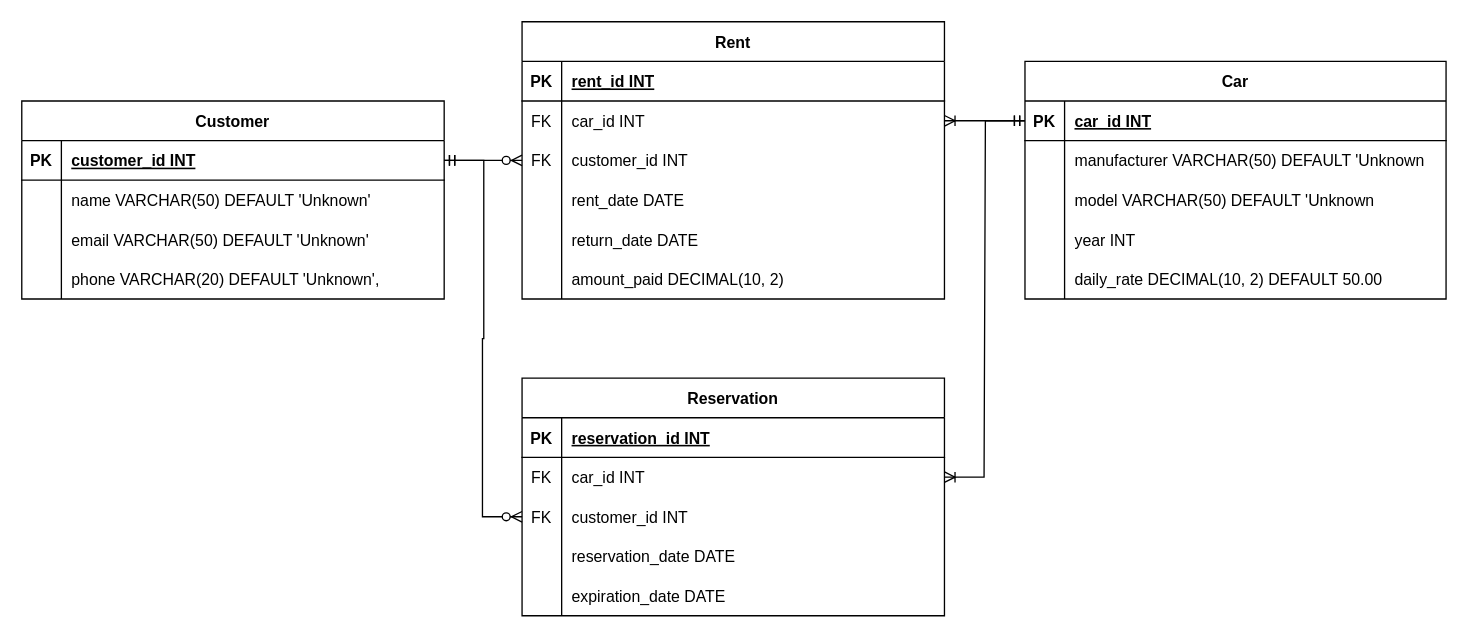
Before: 2 lab/ER diagrama.drawio in tomas6446/dbvs, a draw.io diagram. Source tidied: cells renumbered, new cells numbered last; positions are measured from the earlier drawing's top-left corner, leaving out a move shared by most shapes. Both pictures are drawn from the tidied source at 132%, with x=0, y=0 at pixel (21, 21).
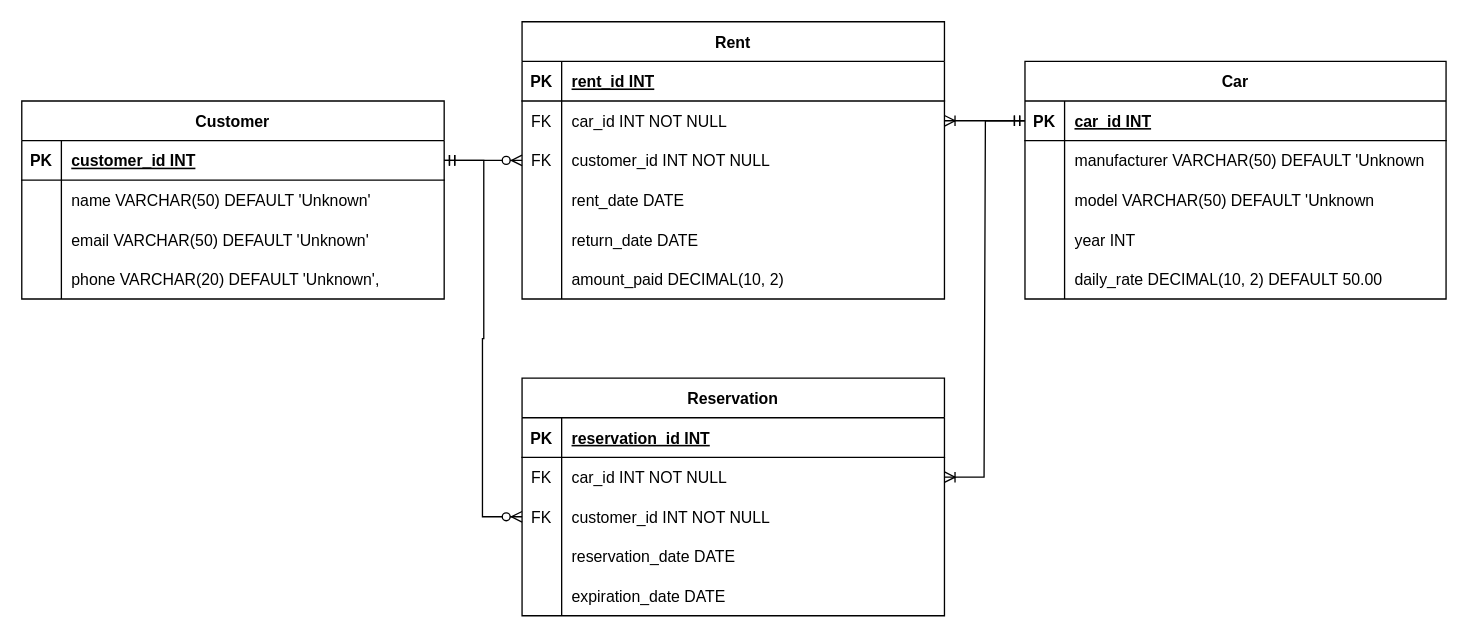
After the change.

The change refers to these unchanged cells:
```xml
<mxCell id="36" style="shape=tableRow;horizontal=0;startSize=0;swimlaneHead=0;swimlaneBody=0;fillColor=none;points=[[0,0.5],[1,0.5]];portConstraint=eastwest;strokeColor=inherit;top=0;left=0;right=0;bottom=0;" parent="32" vertex="1">
  <mxGeometry y="60" width="320" height="30" as="geometry" />
</mxCell>
<mxCell id="39" style="shape=tableRow;horizontal=0;startSize=0;swimlaneHead=0;swimlaneBody=0;fillColor=none;points=[[0,0.5],[1,0.5]];portConstraint=eastwest;strokeColor=inherit;top=0;left=0;right=0;bottom=0;" parent="32" vertex="1">
  <mxGeometry y="90" width="320" height="30" as="geometry" />
</mxCell>
<mxCell id="56" style="shape=tableRow;horizontal=0;startSize=0;swimlaneHead=0;swimlaneBody=0;fillColor=none;points=[[0,0.5],[1,0.5]];portConstraint=eastwest;strokeColor=inherit;top=0;left=0;right=0;bottom=0;" parent="52" vertex="1">
  <mxGeometry y="60" width="320" height="30" as="geometry" />
</mxCell>
<mxCell id="59" style="shape=tableRow;horizontal=0;startSize=0;swimlaneHead=0;swimlaneBody=0;fillColor=none;points=[[0,0.5],[1,0.5]];portConstraint=eastwest;strokeColor=inherit;top=0;left=0;right=0;bottom=0;" parent="52" vertex="1">
  <mxGeometry y="90" width="320" height="30" as="geometry" />
</mxCell>
```

Diff of the diagram source:
```diff
@@
-    <mxCell id="38" value="car_id INT " style="shape=partialRectangle;overflow=hidden;fillColor=none;align=left;strokeColor=inherit;top=0;left=0;bottom=0;right=0;spacingLeft=6;" parent="36" vertex="1">
+    <mxCell id="38" value="car_id INT NOT NULL" style="shape=partialRectangle;overflow=hidden;fillColor=none;align=left;strokeColor=inherit;top=0;left=0;bottom=0;right=0;spacingLeft=6;" parent="36" vertex="1">
       <mxGeometry x="30" width="290" height="30" as="geometry" />
     </mxCell>
@@
-    <mxCell id="41" value="customer_id INT" style="shape=partialRectangle;overflow=hidden;fillColor=none;align=left;strokeColor=inherit;top=0;left=0;bottom=0;right=0;spacingLeft=6;" parent="39" vertex="1">
+    <mxCell id="41" value="customer_id INT NOT NULL" style="shape=partialRectangle;overflow=hidden;fillColor=none;align=left;strokeColor=inherit;top=0;left=0;bottom=0;right=0;spacingLeft=6;" parent="39" vertex="1">
       <mxGeometry x="30" width="290" height="30" as="geometry" />
     </mxCell>
@@
-    <mxCell id="58" value="car_id INT" style="shape=partialRectangle;overflow=hidden;fillColor=none;align=left;strokeColor=inherit;top=0;left=0;bottom=0;right=0;spacingLeft=6;" parent="56" vertex="1">
+    <mxCell id="58" value="car_id INT NOT NULL" style="shape=partialRectangle;overflow=hidden;fillColor=none;align=left;strokeColor=inherit;top=0;left=0;bottom=0;right=0;spacingLeft=6;" parent="56" vertex="1">
       <mxGeometry x="30" width="290" height="30" as="geometry" />
     </mxCell>
@@
-    <mxCell id="61" value="customer_id INT " style="shape=partialRectangle;overflow=hidden;fillColor=none;align=left;strokeColor=inherit;top=0;left=0;bottom=0;right=0;spacingLeft=6;" parent="59" vertex="1">
+    <mxCell id="61" value="customer_id INT NOT NULL" style="shape=partialRectangle;overflow=hidden;fillColor=none;align=left;strokeColor=inherit;top=0;left=0;bottom=0;right=0;spacingLeft=6;" parent="59" vertex="1">
       <mxGeometry x="30" width="290" height="30" as="geometry" />
     </mxCell>
```
